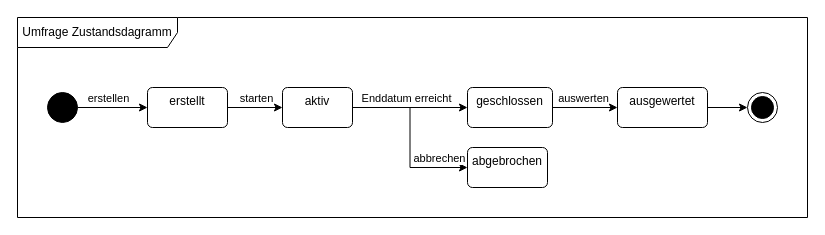
Above: Datenmodelle/Evently_Umfrage_Zustandsdiagramm.drawio in Malte-W-Schule/Software-Technick-2026-Sem03 (draw.io), before the change. Source tidied: cells renumbered, new cells numbered last; positions are measured from the earlier drawing's top-left corner, leaving out a move shared by most shapes. Both pictures are drawn from the tidied source at 100%, with x=0, y=0 at pixel (17, 17).
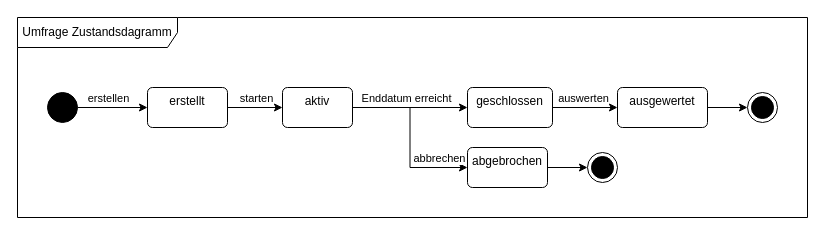
The same diagram, later.

Unchanged cells that the change refers to:
```xml
<mxCell id="2" value="Umfrage Zustandsdagramm" style="shape=umlFrame;whiteSpace=wrap;html=1;width=160;" parent="1" vertex="1">
  <mxGeometry width="790" height="200" as="geometry" />
</mxCell>
<mxCell id="17" value="abgebrochen" style="html=1;align=center;verticalAlign=top;rounded=1;absoluteArcSize=1;arcSize=10;dashed=0;whiteSpace=wrap;" parent="2" vertex="1">
  <mxGeometry x="450" y="130" width="80" height="40" as="geometry" />
</mxCell>
```

The edit, as a diff of the source:
```diff
@@
+    <mxCell id="21" style="edgeStyle=orthogonalEdgeStyle;rounded=0;jettySize=auto;html=1;entryX=0;entryY=0.5;entryDx=0;entryDy=0;" parent="2" edge="1" source="17" target="22">
+      <mxGeometry relative="1" as="geometry" />
+    </mxCell>
@@
+    <mxCell id="22" style="ellipse;html=1;shape=endState;fillColor=strokeColor;" parent="2" vertex="1">
+      <mxGeometry x="570" y="135" width="30" height="30" as="geometry" />
+    </mxCell>
```
